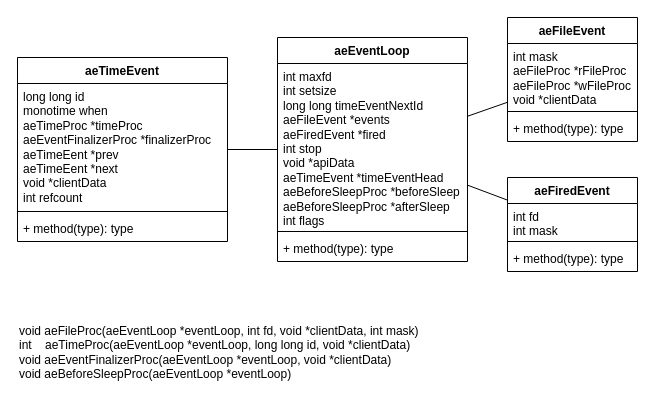
The draw.io diagram redis-aeEventLoop.drawio in Afeather2017/Afeather-Flowcharts, before the edit. Source tidied: cells renumbered, new cells numbered last; positions are measured from the earlier drawing's top-left corner, leaving out a move shared by most shapes. Both pictures are drawn from the tidied source at 100%, with x=0, y=0 at pixel (17, 17).
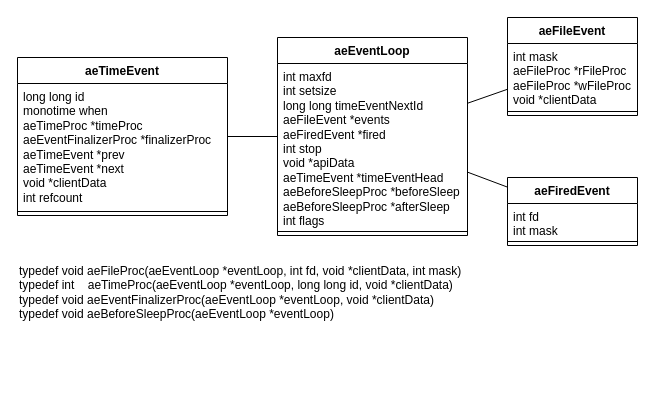
The same diagram, later.

Diff of the diagram source:
```diff
@@
     <mxCell id="2" value="aeEventLoop" style="swimlane;fontStyle=1;align=center;verticalAlign=top;horizontal=1;startSize=26;whiteSpace=wrap;html=1;" parent="1" vertex="1">
-      <mxGeometry x="260" y="20" width="190" height="224" as="geometry" />
+      <mxGeometry x="260" y="20" width="190" height="198" as="geometry" />
     </mxCell>
@@
-    <mxCell id="5" value="+ method(type): type" style="text;strokeColor=none;fillColor=none;align=left;verticalAlign=top;spacingLeft=4;spacingRight=4;overflow=hidden;whiteSpace=wrap;html=1;" parent="2" vertex="1">
-      <mxGeometry y="198" width="190" height="26" as="geometry" />
-    </mxCell>
     <mxCell id="6" value="aeFileEvent" style="swimlane;fontStyle=1;align=center;verticalAlign=top;horizontal=1;startSize=26;whiteSpace=wrap;html=1;" parent="1" vertex="1">
-      <mxGeometry x="490" width="130" height="124" as="geometry" />
+      <mxGeometry x="490" width="130" height="98" as="geometry" />
     </mxCell>
@@
-    <mxCell id="9" value="+ method(type): type" style="text;strokeColor=none;fillColor=none;align=left;verticalAlign=top;spacingLeft=4;spacingRight=4;overflow=hidden;whiteSpace=wrap;html=1;" parent="6" vertex="1">
-      <mxGeometry y="98" width="130" height="26" as="geometry" />
-    </mxCell>
     <mxCell id="10" value="aeFiredEvent" style="swimlane;fontStyle=1;align=center;verticalAlign=top;horizontal=1;startSize=26;whiteSpace=wrap;html=1;" parent="1" vertex="1">
-      <mxGeometry x="490" y="160" width="130" height="94" as="geometry" />
+      <mxGeometry x="490" y="160" width="130" height="68" as="geometry" />
     </mxCell>
@@
-    <mxCell id="13" value="+ method(type): type" style="text;strokeColor=none;fillColor=none;align=left;verticalAlign=top;spacingLeft=4;spacingRight=4;overflow=hidden;whiteSpace=wrap;html=1;" parent="10" vertex="1">
-      <mxGeometry y="68" width="130" height="26" as="geometry" />
-    </mxCell>
     <mxCell id="14" value="aeTimeEvent" style="swimlane;fontStyle=1;align=center;verticalAlign=top;horizontal=1;startSize=26;whiteSpace=wrap;html=1;" parent="1" vertex="1">
-      <mxGeometry y="40" width="210" height="184" as="geometry" />
+      <mxGeometry y="40" width="210" height="158" as="geometry" />
     </mxCell>
-    <mxCell id="15" value="long long id&lt;div&gt;monotime when&lt;/div&gt;&lt;div&gt;aeTimeProc *timeProc&lt;/div&gt;&lt;div&gt;aeEventFinalizerProc *finalizerProc&lt;/div&gt;&lt;div&gt;aeTimeEent *prev&lt;/div&gt;&lt;div&gt;aeTimeEent *next&lt;br&gt;&lt;/div&gt;&lt;div&gt;void *clientData&lt;/div&gt;&lt;div&gt;int refcount&lt;/div&gt;" style="text;strokeColor=none;fillColor=none;align=left;verticalAlign=top;spacingLeft=4;spacingRight=4;overflow=hidden;whiteSpace=wrap;html=1;" parent="14" vertex="1">
+    <mxCell id="15" value="long long id&lt;div&gt;monotime when&lt;/div&gt;&lt;div&gt;aeTimeProc *timeProc&lt;/div&gt;&lt;div&gt;aeEventFinalizerProc *finalizerProc&lt;/div&gt;&lt;div&gt;aeTimeEvent *prev&lt;/div&gt;&lt;div&gt;aeTimeEvent *next&lt;br&gt;&lt;/div&gt;&lt;div&gt;void *clientData&lt;/div&gt;&lt;div&gt;int refcount&lt;/div&gt;" style="text;strokeColor=none;fillColor=none;align=left;verticalAlign=top;spacingLeft=4;spacingRight=4;overflow=hidden;whiteSpace=wrap;html=1;" parent="14" vertex="1">
       <mxGeometry y="26" width="210" height="124" as="geometry" />
     </mxCell>
@@
-    <mxCell id="17" value="+ method(type): type" style="text;strokeColor=none;fillColor=none;align=left;verticalAlign=top;spacingLeft=4;spacingRight=4;overflow=hidden;whiteSpace=wrap;html=1;" parent="14" vertex="1">
-      <mxGeometry y="158" width="210" height="26" as="geometry" />
-    </mxCell>
-    <mxCell id="18" value="void aeFileProc(aeEventLoop *eventLoop, int fd, void *clientData, int mask)&#10;int    aeTimeProc(aeEventLoop *eventLoop, long long id, void *clientData)&#10;void aeEventFinalizerProc(aeEventLoop *eventLoop, void *clientData)&#10;void aeBeforeSleepProc(aeEventLoop *eventLoop)" style="text;whiteSpace=wrap;" parent="1" vertex="1">
-      <mxGeometry y="300" width="440" height="80" as="geometry" />
+    <mxCell id="18" value="typedef void aeFileProc(aeEventLoop *eventLoop, int fd, void *clientData, int mask)&#10;typedef int    aeTimeProc(aeEventLoop *eventLoop, long long id, void *clientData)&#10;typedef void aeEventFinalizerProc(aeEventLoop *eventLoop, void *clientData)&#10;typedef void aeBeforeSleepProc(aeEventLoop *eventLoop)" style="text;whiteSpace=wrap;" parent="1" vertex="1">
+      <mxGeometry y="240" width="460" height="80" as="geometry" />
     </mxCell>
```
